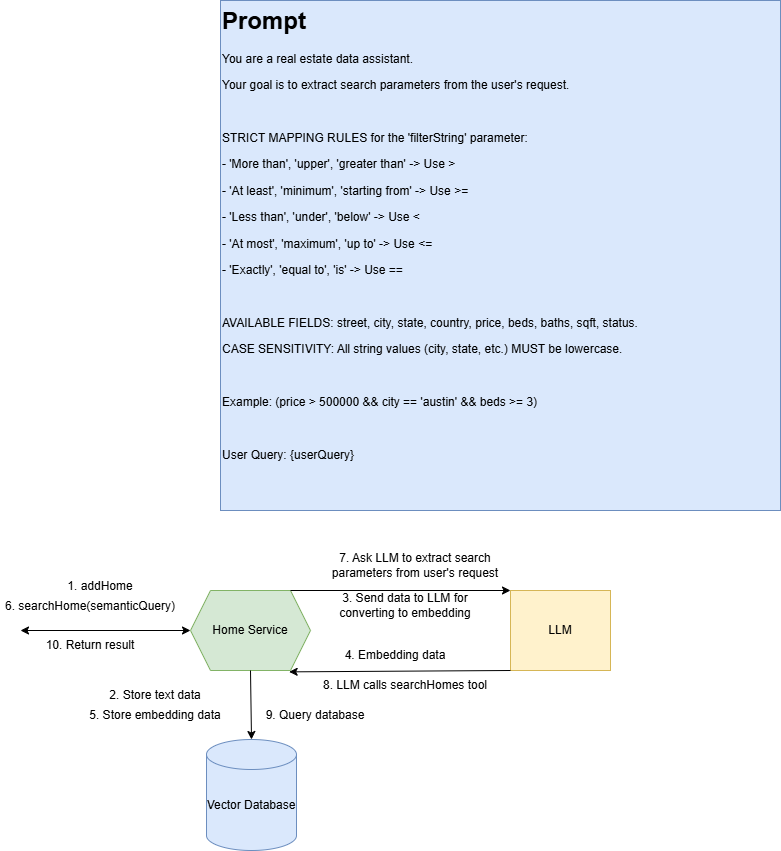
Before: 02-architecture/11-handling-semantic-search.png, a diagram exported from draw.io (huynm20051990/loan-origination-system). Source tidied: cells renumbered, new cells last; positions are measured from the earlier drawing's top-left corner, leaving out a move shared by most shapes. Source of this version:
```xml
<mxGraphModel>
  <root>
    <mxCell id="0" />
    <mxCell id="1" parent="0" />
    <mxCell id="2" value="Home Service" style="shape=hexagon;perimeter=hexagonPerimeter2;whiteSpace=wrap;html=1;fixedSize=1;fillColor=#d5e8d4;strokeColor=#82b366;" parent="1" vertex="1">
      <mxGeometry x="190" y="590" width="120" height="80" as="geometry" />
    </mxCell>
    <mxCell id="3" style="shape=cylinder3;whiteSpace=wrap;html=1;boundedLbl=1;backgroundOutline=1;size=15;fillColor=#dae8fc;strokeColor=#6c8ebf;" parent="1" vertex="1">
      <mxGeometry x="206" y="739" width="90" height="111" as="geometry" />
    </mxCell>
    <mxCell id="4" value="LLM" style="rounded=0;whiteSpace=wrap;html=1;fillColor=#fff2cc;strokeColor=#d6b656;" parent="1" vertex="1">
      <mxGeometry x="510" y="590" width="100" height="80" as="geometry" />
    </mxCell>
    <mxCell id="5" style="endArrow=classic;html=1;rounded=0;exitX=0.833;exitY=0;exitDx=0;exitDy=0;entryX=0;entryY=0;entryDx=0;entryDy=0;exitPerimeter=0;" parent="1" edge="1" source="2" target="4">
      <mxGeometry relative="1" as="geometry" />
    </mxCell>
    <mxCell id="6" style="endArrow=classic;html=1;rounded=0;entryX=0.822;entryY=1.017;entryDx=0;entryDy=0;entryPerimeter=0;exitX=0;exitY=1;exitDx=0;exitDy=0;" parent="1" edge="1" source="4" target="2">
      <mxGeometry relative="1" as="geometry" />
    </mxCell>
    <mxCell id="7" value="1. addHome" style="text;html=1;whiteSpace=wrap;strokeColor=none;fillColor=none;align=center;verticalAlign=middle;rounded=0;" parent="1" vertex="1">
      <mxGeometry x="60" y="571" width="80" height="30" as="geometry" />
    </mxCell>
    <mxCell id="8" style="endArrow=classic;html=1;rounded=0;exitX=0.5;exitY=1;exitDx=0;exitDy=0;entryX=0.5;entryY=0;entryDx=0;entryDy=0;entryPerimeter=0;" parent="1" edge="1" source="2" target="3">
      <mxGeometry relative="1" as="geometry" />
    </mxCell>
    <mxCell id="9" value="2. Store text data" style="text;html=1;whiteSpace=wrap;strokeColor=none;fillColor=none;align=center;verticalAlign=middle;rounded=0;" parent="1" vertex="1">
      <mxGeometry x="90" y="680" width="130" height="30" as="geometry" />
    </mxCell>
    <mxCell id="10" value="3. Send data to LLM for converting to embedding" style="text;html=1;whiteSpace=wrap;strokeColor=none;fillColor=none;align=center;verticalAlign=middle;rounded=0;" parent="1" vertex="1">
      <mxGeometry x="330" y="590" width="150" height="30" as="geometry" />
    </mxCell>
    <mxCell id="11" value="4. Embedding data" style="text;html=1;whiteSpace=wrap;strokeColor=none;fillColor=none;align=center;verticalAlign=middle;rounded=0;" parent="1" vertex="1">
      <mxGeometry x="320" y="640" width="150" height="30" as="geometry" />
    </mxCell>
    <mxCell id="12" value="5. Store embedding data" style="text;html=1;whiteSpace=wrap;strokeColor=none;fillColor=none;align=center;verticalAlign=middle;rounded=0;" parent="1" vertex="1">
      <mxGeometry x="80" y="700" width="150" height="30" as="geometry" />
    </mxCell>
    <mxCell id="13" value="6. searchHome(semanticQuery)" style="text;html=1;whiteSpace=wrap;strokeColor=none;fillColor=none;align=center;verticalAlign=middle;rounded=0;" parent="1" vertex="1">
      <mxGeometry y="591" width="180" height="30" as="geometry" />
    </mxCell>
    <mxCell id="14" value="7. Ask LLM to extract search parameters from user's request" style="text;html=1;whiteSpace=wrap;strokeColor=none;fillColor=none;align=center;verticalAlign=middle;rounded=0;" parent="1" vertex="1">
      <mxGeometry x="310" y="550" width="210" height="30" as="geometry" />
    </mxCell>
    <mxCell id="15" value="8. LLM calls searchHomes tool" style="text;html=1;whiteSpace=wrap;strokeColor=none;fillColor=none;align=center;verticalAlign=middle;rounded=0;" parent="1" vertex="1">
      <mxGeometry x="305" y="670" width="200" height="30" as="geometry" />
    </mxCell>
    <mxCell id="16" value="Vector Database" style="text;html=1;whiteSpace=wrap;strokeColor=none;fillColor=none;align=center;verticalAlign=middle;rounded=0;" parent="1" vertex="1">
      <mxGeometry x="176" y="790" width="150" height="30" as="geometry" />
    </mxCell>
    <mxCell id="17" value="&lt;h1 style=&quot;margin-top: 0px;&quot;&gt;Prompt&lt;/h1&gt;&lt;p&gt;You are a real estate data assistant.&lt;/p&gt;&lt;p&gt;Your goal is to extract search parameters from the user's request.&lt;/p&gt;&lt;p&gt;&lt;br&gt;&lt;/p&gt;&lt;p&gt;STRICT MAPPING RULES for the 'filterString' parameter:&lt;/p&gt;&lt;p&gt;- 'More than', 'upper', 'greater than' -&amp;gt; Use &amp;gt;&lt;/p&gt;&lt;p&gt;- 'At least', 'minimum', 'starting from' -&amp;gt; Use &amp;gt;=&lt;/p&gt;&lt;p&gt;- 'Less than', 'under', 'below' -&amp;gt; Use &amp;lt;&lt;/p&gt;&lt;p&gt;- 'At most', 'maximum', 'up to' -&amp;gt; Use &amp;lt;=&lt;/p&gt;&lt;p&gt;- 'Exactly', 'equal to', 'is' -&amp;gt; Use ==&lt;/p&gt;&lt;p&gt;&lt;br&gt;&lt;/p&gt;&lt;p&gt;AVAILABLE FIELDS: street, city, state, country, price, beds, baths, sqft, status.&lt;/p&gt;&lt;p&gt;CASE SENSITIVITY: All string values (city, state, etc.) MUST be lowercase.&lt;/p&gt;&lt;p&gt;&lt;br&gt;&lt;/p&gt;&lt;p&gt;Example: (price &amp;gt; 500000 &amp;amp;&amp;amp; city == 'austin' &amp;amp;&amp;amp; beds &amp;gt;= 3)&lt;/p&gt;&lt;p&gt;&lt;br&gt;&lt;/p&gt;&lt;p&gt;User Query: {userQuery}&lt;/p&gt;" style="text;html=1;whiteSpace=wrap;overflow=hidden;rounded=0;fillColor=#dae8fc;strokeColor=#6c8ebf;" parent="1" vertex="1">
      <mxGeometry x="220" width="560" height="510" as="geometry" />
    </mxCell>
    <mxCell id="18" value="9. Query database" style="text;html=1;whiteSpace=wrap;strokeColor=none;fillColor=none;align=center;verticalAlign=middle;rounded=0;" parent="1" vertex="1">
      <mxGeometry x="240" y="700" width="150" height="30" as="geometry" />
    </mxCell>
    <mxCell id="19" style="endArrow=classic;startArrow=classic;html=1;rounded=0;entryX=0;entryY=0.5;entryDx=0;entryDy=0;" parent="1" edge="1" target="2">
      <mxGeometry relative="1" as="geometry">
        <mxPoint x="20" y="630" as="sourcePoint" />
      </mxGeometry>
    </mxCell>
    <mxCell id="20" value="10. Return result" style="text;html=1;whiteSpace=wrap;strokeColor=none;fillColor=none;align=center;verticalAlign=middle;rounded=0;" parent="1" vertex="1">
      <mxGeometry y="630" width="180" height="30" as="geometry" />
    </mxCell>
  </root>
</mxGraphModel>
```
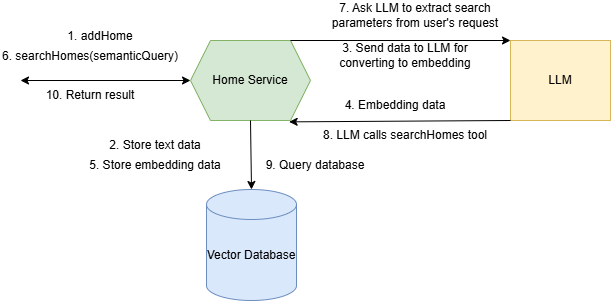
The same diagram one commit later.

The edit, as a diff of the source:
```diff
@@ -35,7 +35,7 @@
     <mxCell id="12" value="5. Store embedding data" style="text;html=1;whiteSpace=wrap;strokeColor=none;fillColor=none;align=center;verticalAlign=middle;rounded=0;" parent="1" vertex="1">
       <mxGeometry x="80" y="700" width="150" height="30" as="geometry" />
     </mxCell>
-    <mxCell id="13" value="6. searchHome(semanticQuery)" style="text;html=1;whiteSpace=wrap;strokeColor=none;fillColor=none;align=center;verticalAlign=middle;rounded=0;" parent="1" vertex="1">
+    <mxCell id="13" value="6. searchHomes(semanticQuery)" style="text;html=1;whiteSpace=wrap;strokeColor=none;fillColor=none;align=center;verticalAlign=middle;rounded=0;" parent="1" vertex="1">
       <mxGeometry y="591" width="180" height="30" as="geometry" />
     </mxCell>
     <mxCell id="14" value="7. Ask LLM to extract search parameters from user's request" style="text;html=1;whiteSpace=wrap;strokeColor=none;fillColor=none;align=center;verticalAlign=middle;rounded=0;" parent="1" vertex="1">
@@ -47,9 +47,6 @@
     <mxCell id="16" value="Vector Database" style="text;html=1;whiteSpace=wrap;strokeColor=none;fillColor=none;align=center;verticalAlign=middle;rounded=0;" parent="1" vertex="1">
       <mxGeometry x="176" y="790" width="150" height="30" as="geometry" />
     </mxCell>
-    <mxCell id="17" value="&lt;h1 style=&quot;margin-top: 0px;&quot;&gt;Prompt&lt;/h1&gt;&lt;p&gt;You are a real estate data assistant.&lt;/p&gt;&lt;p&gt;Your goal is to extract search parameters from the user's request.&lt;/p&gt;&lt;p&gt;&lt;br&gt;&lt;/p&gt;&lt;p&gt;STRICT MAPPING RULES for the 'filterString' parameter:&lt;/p&gt;&lt;p&gt;- 'More than', 'upper', 'greater than' -&amp;gt; Use &amp;gt;&lt;/p&gt;&lt;p&gt;- 'At least', 'minimum', 'starting from' -&amp;gt; Use &amp;gt;=&lt;/p&gt;&lt;p&gt;- 'Less than', 'under', 'below' -&amp;gt; Use &amp;lt;&lt;/p&gt;&lt;p&gt;- 'At most', 'maximum', 'up to' -&amp;gt; Use &amp;lt;=&lt;/p&gt;&lt;p&gt;- 'Exactly', 'equal to', 'is' -&amp;gt; Use ==&lt;/p&gt;&lt;p&gt;&lt;br&gt;&lt;/p&gt;&lt;p&gt;AVAILABLE FIELDS: street, city, state, country, price, beds, baths, sqft, status.&lt;/p&gt;&lt;p&gt;CASE SENSITIVITY: All string values (city, state, etc.) MUST be lowercase.&lt;/p&gt;&lt;p&gt;&lt;br&gt;&lt;/p&gt;&lt;p&gt;Example: (price &amp;gt; 500000 &amp;amp;&amp;amp; city == 'austin' &amp;amp;&amp;amp; beds &amp;gt;= 3)&lt;/p&gt;&lt;p&gt;&lt;br&gt;&lt;/p&gt;&lt;p&gt;User Query: {userQuery}&lt;/p&gt;" style="text;html=1;whiteSpace=wrap;overflow=hidden;rounded=0;fillColor=#dae8fc;strokeColor=#6c8ebf;" parent="1" vertex="1">
-      <mxGeometry x="220" width="560" height="510" as="geometry" />
-    </mxCell>
     <mxCell id="18" value="9. Query database" style="text;html=1;whiteSpace=wrap;strokeColor=none;fillColor=none;align=center;verticalAlign=middle;rounded=0;" parent="1" vertex="1">
       <mxGeometry x="240" y="700" width="150" height="30" as="geometry" />
     </mxCell>
```
